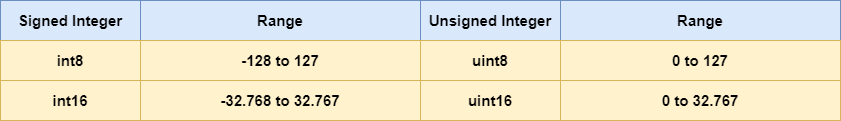
The draw.io diagram ebooks/assets/Types-Signed-Unsigned-Integer.png in gungunfebrianza/Belajar-Dengan-Jenius-Tokenomics, before a commit. Source tidied: cells renumbered, new cells last; positions are measured from the earlier drawing's top-left corner, leaving out a move shared by most shapes. The source it was exported from:
```xml
<mxGraphModel>
  <root>
    <mxCell id="0" />
    <mxCell id="1" parent="0" />
    <mxCell id="2" style="group;" parent="1" vertex="1">
      <mxGeometry width="840" height="120" as="geometry" />
    </mxCell>
    <mxCell id="3" value="&lt;span style=&quot;font-size: 15px&quot;&gt;&lt;b&gt;Signed Integer&lt;br&gt;&lt;/b&gt;&lt;/span&gt;" style="rounded=0;whiteSpace=wrap;html=1;fillColor=#dae8fc;strokeColor=#6c8ebf;" parent="2" vertex="1">
      <mxGeometry width="140" height="40" as="geometry" />
    </mxCell>
    <mxCell id="4" value="&lt;span style=&quot;font-size: 15px&quot;&gt;&lt;b&gt;int8&lt;br&gt;&lt;/b&gt;&lt;/span&gt;" style="rounded=0;whiteSpace=wrap;html=1;fillColor=#fff2cc;strokeColor=#d6b656;" parent="2" vertex="1">
      <mxGeometry y="40" width="140" height="40" as="geometry" />
    </mxCell>
    <mxCell id="5" value="&lt;span style=&quot;font-size: 15px&quot;&gt;&lt;b&gt;Range&lt;br&gt;&lt;/b&gt;&lt;/span&gt;" style="rounded=0;whiteSpace=wrap;html=1;fillColor=#dae8fc;strokeColor=#6c8ebf;" parent="2" vertex="1">
      <mxGeometry x="140" width="280" height="40" as="geometry" />
    </mxCell>
    <mxCell id="6" value="&lt;span style=&quot;font-size: 15px&quot;&gt;&lt;b&gt;Unsigned Integer&lt;br&gt;&lt;/b&gt;&lt;/span&gt;" style="rounded=0;whiteSpace=wrap;html=1;fillColor=#dae8fc;strokeColor=#6c8ebf;" parent="2" vertex="1">
      <mxGeometry x="420" width="140" height="40" as="geometry" />
    </mxCell>
    <mxCell id="7" value="&lt;span style=&quot;font-size: 15px&quot;&gt;&lt;b&gt;uint8&lt;br&gt;&lt;/b&gt;&lt;/span&gt;" style="rounded=0;whiteSpace=wrap;html=1;fillColor=#fff2cc;strokeColor=#d6b656;" parent="2" vertex="1">
      <mxGeometry x="420" y="40" width="140" height="40" as="geometry" />
    </mxCell>
    <mxCell id="8" value="&lt;span style=&quot;font-size: 15px&quot;&gt;&lt;b&gt;Range&lt;br&gt;&lt;/b&gt;&lt;/span&gt;" style="rounded=0;whiteSpace=wrap;html=1;fillColor=#dae8fc;strokeColor=#6c8ebf;" parent="2" vertex="1">
      <mxGeometry x="560" width="280" height="40" as="geometry" />
    </mxCell>
    <mxCell id="9" value="&lt;span style=&quot;font-size: 15px&quot;&gt;&lt;b&gt;-128 to 127&lt;br&gt;&lt;/b&gt;&lt;/span&gt;" style="rounded=0;whiteSpace=wrap;html=1;fillColor=#fff2cc;strokeColor=#d6b656;" parent="2" vertex="1">
      <mxGeometry x="140" y="40" width="280" height="40" as="geometry" />
    </mxCell>
    <mxCell id="10" value="&lt;span style=&quot;font-size: 15px&quot;&gt;&lt;b&gt;0 to 127&lt;br&gt;&lt;/b&gt;&lt;/span&gt;" style="rounded=0;whiteSpace=wrap;html=1;fillColor=#fff2cc;strokeColor=#d6b656;" parent="2" vertex="1">
      <mxGeometry x="560" y="40" width="280" height="40" as="geometry" />
    </mxCell>
    <mxCell id="11" value="&lt;span style=&quot;font-size: 15px&quot;&gt;&lt;b&gt;int16&lt;br&gt;&lt;/b&gt;&lt;/span&gt;" style="rounded=0;whiteSpace=wrap;html=1;fillColor=#fff2cc;strokeColor=#d6b656;" parent="2" vertex="1">
      <mxGeometry y="80" width="140" height="40" as="geometry" />
    </mxCell>
    <mxCell id="12" value="&lt;span style=&quot;font-size: 15px&quot;&gt;&lt;b&gt;-32.768 to 32.767&lt;br&gt;&lt;/b&gt;&lt;/span&gt;" style="rounded=0;whiteSpace=wrap;html=1;fillColor=#fff2cc;strokeColor=#d6b656;" parent="2" vertex="1">
      <mxGeometry x="140" y="80" width="280" height="40" as="geometry" />
    </mxCell>
    <mxCell id="13" value="&lt;span style=&quot;font-size: 15px&quot;&gt;&lt;b&gt;uint16&lt;br&gt;&lt;/b&gt;&lt;/span&gt;" style="rounded=0;whiteSpace=wrap;html=1;fillColor=#fff2cc;strokeColor=#d6b656;" parent="2" vertex="1">
      <mxGeometry x="420" y="80" width="140" height="40" as="geometry" />
    </mxCell>
    <mxCell id="14" value="&lt;span style=&quot;font-size: 15px&quot;&gt;&lt;b&gt;0 to 32.767&lt;br&gt;&lt;/b&gt;&lt;/span&gt;" style="rounded=0;whiteSpace=wrap;html=1;fillColor=#fff2cc;strokeColor=#d6b656;" parent="2" vertex="1">
      <mxGeometry x="560" y="80" width="280" height="40" as="geometry" />
    </mxCell>
  </root>
</mxGraphModel>
```
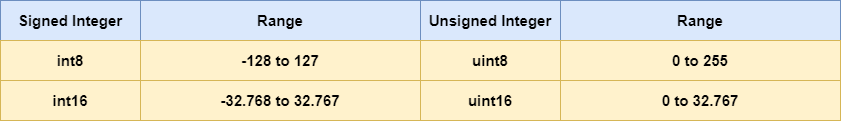
After the commit.

Change to the diagram source:
```diff
@@ -26,9 +26,9 @@
     <mxCell id="9" value="&lt;span style=&quot;font-size: 15px&quot;&gt;&lt;b&gt;-128 to 127&lt;br&gt;&lt;/b&gt;&lt;/span&gt;" style="rounded=0;whiteSpace=wrap;html=1;fillColor=#fff2cc;strokeColor=#d6b656;" parent="2" vertex="1">
       <mxGeometry x="140" y="40" width="280" height="40" as="geometry" />
     </mxCell>
-    <mxCell id="10" value="&lt;span style=&quot;font-size: 15px&quot;&gt;&lt;b&gt;0 to 127&lt;br&gt;&lt;/b&gt;&lt;/span&gt;" style="rounded=0;whiteSpace=wrap;html=1;fillColor=#fff2cc;strokeColor=#d6b656;" parent="2" vertex="1">
-      <mxGeometry x="560" y="40" width="280" height="40" as="geometry" />
-    </mxCell>
+    <mxCell id="15" value="&lt;span style=&quot;font-size: 15px&quot;&gt;&lt;b&gt;0 to 255&lt;br&gt;&lt;/b&gt;&lt;/span&gt;" style="rounded=0;whiteSpace=wrap;html=1;fillColor=#fff2cc;strokeColor=#d6b656;" parent="2" vertex="1">
+      <mxGeometry x="560" y="40" width="280" height="40" as="geometry" />
+    </mxCell>
     <mxCell id="11" value="&lt;span style=&quot;font-size: 15px&quot;&gt;&lt;b&gt;int16&lt;br&gt;&lt;/b&gt;&lt;/span&gt;" style="rounded=0;whiteSpace=wrap;html=1;fillColor=#fff2cc;strokeColor=#d6b656;" parent="2" vertex="1">
       <mxGeometry y="80" width="140" height="40" as="geometry" />
     </mxCell>
```
